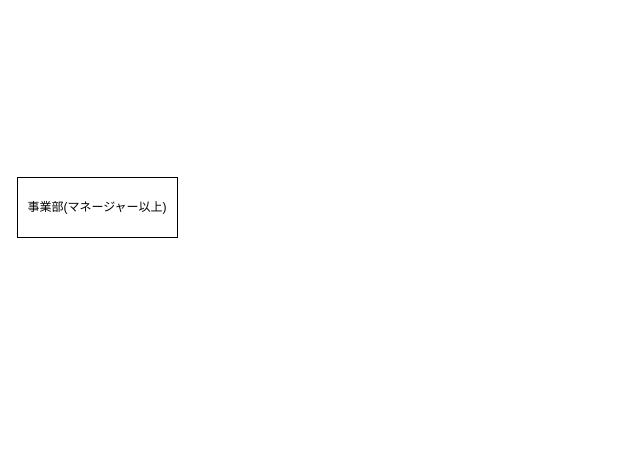
Above: チーム作成.drawio in satohirok/twitter_clone_ER (draw.io), before the change. Source tidied: cells renumbered, new cells numbered last; positions are measured from the earlier drawing's top-left corner, leaving out a move shared by most shapes. Both pictures are drawn from the tidied source at 100%, with x=0, y=0 at pixel (17, 177).
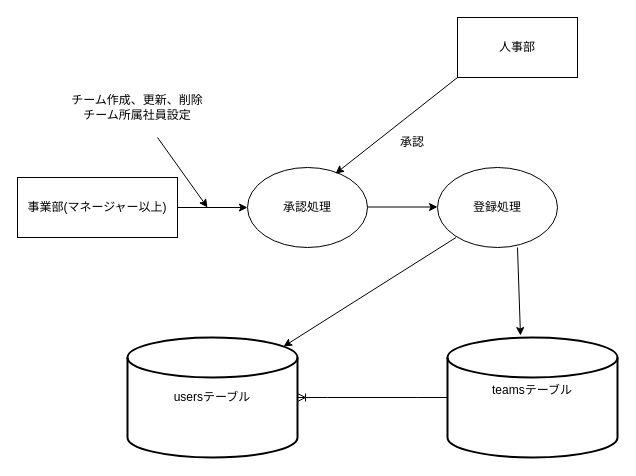
The same page after the edit.

Commit message (it also covers changes not shown here):
チーム作成.drawio を更新します

Unchanged cells that the change refers to:
```xml
<mxCell id="2" value="事業部(マネージャー以上)" style="rounded=0;whiteSpace=wrap;html=1;" parent="1" vertex="1">
  <mxGeometry width="160" height="60" as="geometry" />
</mxCell>
```

The edit, as a diff of the source:
```diff
@@
+    <mxCell id="3" style="endArrow=classic;html=1;rounded=0;exitX=1;exitY=0.5;exitDx=0;exitDy=0;" parent="1" edge="1" source="2">
+      <mxGeometry relative="1" as="geometry">
+        <mxPoint x="230" y="30" as="targetPoint" />
+      </mxGeometry>
+    </mxCell>
+    <mxCell id="4" value="承認処理" style="ellipse;whiteSpace=wrap;html=1;" parent="1" vertex="1">
+      <mxGeometry x="230" y="-10" width="120" height="80" as="geometry" />
+    </mxCell>
+    <mxCell id="5" value="チーム作成、更新、削除&lt;div&gt;チーム所属社員設定&lt;/div&gt;" style="text;html=1;align=center;verticalAlign=middle;whiteSpace=wrap;rounded=0;" parent="1" vertex="1">
+      <mxGeometry x="40" y="-110" width="160" height="80" as="geometry" />
+    </mxCell>
+    <mxCell id="6" style="endArrow=classic;html=1;rounded=0;exitX=1;exitY=0.5;exitDx=0;exitDy=0;" parent="1" edge="1">
+      <mxGeometry relative="1" as="geometry">
+        <mxPoint x="350" y="29.5" as="sourcePoint" />
+        <mxPoint x="420" y="29.5" as="targetPoint" />
+      </mxGeometry>
+    </mxCell>
+    <mxCell id="7" style="endArrow=classic;html=1;rounded=0;" parent="1" edge="1">
+      <mxGeometry relative="1" as="geometry">
+        <mxPoint x="140" y="-40" as="sourcePoint" />
+        <mxPoint x="190" y="30" as="targetPoint" />
+      </mxGeometry>
+    </mxCell>
+    <mxCell id="8" value="人事部" style="rounded=0;whiteSpace=wrap;html=1;" parent="1" vertex="1">
+      <mxGeometry x="440" y="-160" width="120" height="60" as="geometry" />
+    </mxCell>
+    <mxCell id="9" style="endArrow=classic;html=1;rounded=0;exitX=0;exitY=1;exitDx=0;exitDy=0;" parent="1" edge="1" source="8">
+      <mxGeometry relative="1" as="geometry">
+        <mxPoint x="318" y="-3.9" as="targetPoint" />
+      </mxGeometry>
+    </mxCell>
+    <mxCell id="10" value="承認" style="text;html=1;align=center;verticalAlign=middle;whiteSpace=wrap;rounded=0;" parent="1" vertex="1">
+      <mxGeometry x="350" y="-60" width="90" height="50" as="geometry" />
+    </mxCell>
+    <mxCell id="11" value="登録処理" style="ellipse;whiteSpace=wrap;html=1;" parent="1" vertex="1">
+      <mxGeometry x="420" y="-10" width="120" height="80" as="geometry" />
+    </mxCell>
+    <mxCell id="12" value="teamsテーブル&lt;div&gt;&lt;br&gt;&lt;/div&gt;" style="strokeWidth=2;html=1;shape=mxgraph.flowchart.database;whiteSpace=wrap;" parent="1" vertex="1">
+      <mxGeometry x="430" y="160" width="170" height="120" as="geometry" />
+    </mxCell>
+    <mxCell id="13" value="usersテーブル" style="strokeWidth=2;html=1;shape=mxgraph.flowchart.database;whiteSpace=wrap;" parent="1" vertex="1">
+      <mxGeometry x="110" y="160" width="170" height="120" as="geometry" />
+    </mxCell>
+    <mxCell id="14" style="endArrow=classic;html=1;rounded=0;" parent="1" edge="1">
+      <mxGeometry relative="1" as="geometry">
+        <mxPoint x="500" y="70" as="sourcePoint" />
+        <mxPoint x="503" y="158" as="targetPoint" />
+      </mxGeometry>
+    </mxCell>
+    <mxCell id="15" style="edgeStyle=entityRelationEdgeStyle;fontSize=12;html=1;endArrow=ERoneToMany;rounded=0;exitX=0;exitY=0.5;exitDx=0;exitDy=0;exitPerimeter=0;entryX=1;entryY=0.5;entryDx=0;entryDy=0;entryPerimeter=0;" parent="1" edge="1" source="12" target="13">
+      <mxGeometry relative="1" as="geometry">
+        <Array as="points">
+          <mxPoint x="350" y="190" />
+        </Array>
+      </mxGeometry>
+    </mxCell>
+    <mxCell id="16" style="endArrow=classic;html=1;rounded=0;entryX=0.918;entryY=0.075;entryDx=0;entryDy=0;entryPerimeter=0;" parent="1" edge="1" target="13">
+      <mxGeometry relative="1" as="geometry">
+        <mxPoint x="438.5" y="60" as="sourcePoint" />
+      </mxGeometry>
+    </mxCell>
+    <mxCell id="17" style="edgeStyle=orthogonalEdgeStyle;rounded=0;orthogonalLoop=1;jettySize=auto;html=1;exitX=0.5;exitY=1;exitDx=0;exitDy=0;" parent="1" edge="1">
+      <mxGeometry relative="1" as="geometry">
+        <mxPoint x="580" y="160" as="sourcePoint" />
+        <mxPoint x="580" y="160" as="targetPoint" />
+      </mxGeometry>
+    </mxCell>
```
